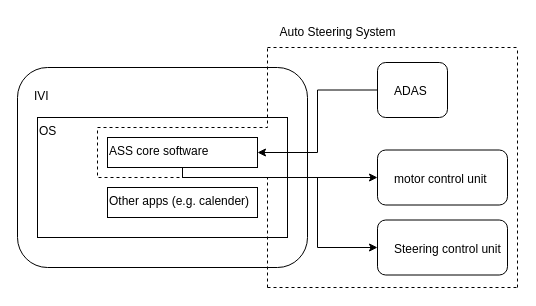
Before: page "initial" (3 of 6) of auto steering system design.drawio in Dawei-S/Da, a draw.io diagram. Source tidied: cells renumbered, new cells numbered last; positions are measured from the earlier drawing's top-left corner, leaving out a move shared by most shapes. Both pictures are drawn from the tidied source at 100%, with x=0, y=0 at pixel (17, 17).
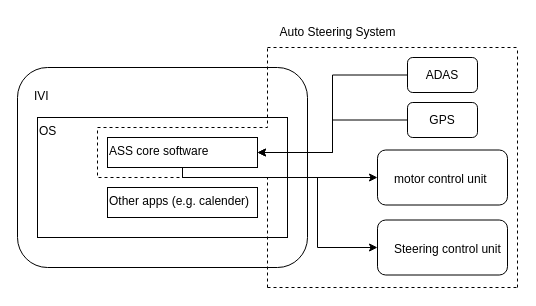
After the change.

Unchanged cells that the change refers to:
```xml
<mxCell id="6" value="ASS core software" style="rounded=0;whiteSpace=wrap;html=1;align=left;verticalAlign=top;" parent="1" vertex="1">
  <mxGeometry x="90" y="120" width="150" height="30" as="geometry" />
</mxCell>
```

What changed in the source:
```diff
@@
-    <mxCell id="9" value="ADAS" style="rounded=1;whiteSpace=wrap;html=1;fontColor=#000000;verticalAlign=top;align=left;spacingTop=15;spacingLeft=15;" parent="1" vertex="1">
-      <mxGeometry x="360" y="45" width="70" height="55" as="geometry" />
+    <mxCell id="9" value="ADAS" style="rounded=1;whiteSpace=wrap;html=1;fontColor=#000000;verticalAlign=middle;align=center;spacingTop=0;spacingLeft=0;" parent="1" vertex="1">
+      <mxGeometry x="390" y="40" width="70" height="35" as="geometry" />
     </mxCell>
@@
+    <mxCell id="17" style="edgeStyle=orthogonalEdgeStyle;rounded=0;jettySize=auto;html=1;exitX=0;exitY=0.5;exitDx=0;exitDy=0;entryX=1;entryY=0.5;entryDx=0;entryDy=0;" parent="1" edge="1" source="18" target="6">
+      <mxGeometry relative="1" as="geometry" />
+    </mxCell>
+    <mxCell id="18" value="GPS" style="rounded=1;whiteSpace=wrap;html=1;fontColor=#000000;verticalAlign=middle;align=center;spacingTop=0;spacingLeft=0;" parent="1" vertex="1">
+      <mxGeometry x="390" y="85" width="70" height="35" as="geometry" />
+    </mxCell>
```
